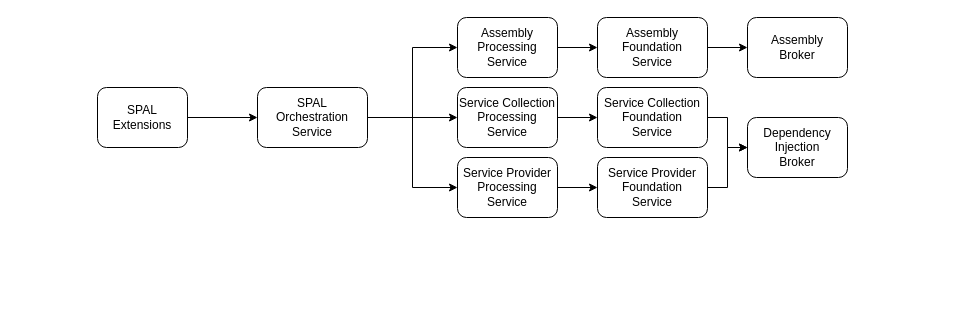
Before: page "STX.SPAL.Core" (2 of 3) of STX.SPAL.Core/Resources/Diagrams/diagram.drawio in The-Standard-Organization/STX.SPAL.Core, a draw.io diagram. Source tidied: cells renumbered, new cells numbered last; positions are measured from the earlier drawing's top-left corner, leaving out a move shared by most shapes. Both pictures are drawn from the tidied source at 100%, with x=0, y=0 at pixel (97, 17).
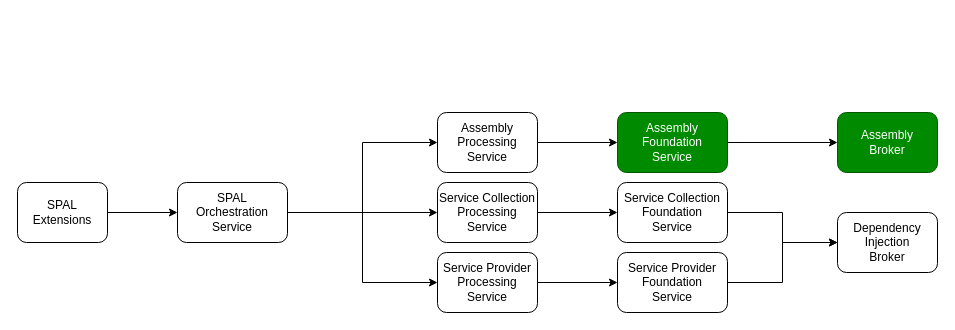
Above is the later version.

The edit, as a diff of the source:
```diff
@@
-    <mxCell id="2" value="Assembly&lt;br&gt;Broker" style="rounded=1;whiteSpace=wrap;html=1;" parent="1" vertex="1">
-      <mxGeometry x="650" width="100" height="60" as="geometry" />
+    <mxCell id="2" value="Assembly&lt;br&gt;Broker" style="rounded=1;whiteSpace=wrap;html=1;fillColor=#008a00;fontColor=#ffffff;strokeColor=#005700;" parent="1" vertex="1">
+      <mxGeometry x="740" y="95" width="100" height="60" as="geometry" />
     </mxCell>
@@
-    <mxCell id="4" value="Assembly&lt;br&gt;Foundation&lt;br&gt;Service" style="rounded=1;whiteSpace=wrap;html=1;" parent="1" vertex="1">
-      <mxGeometry x="500" width="110" height="60" as="geometry" />
+    <mxCell id="4" value="Assembly&lt;br&gt;Foundation&lt;br&gt;Service" style="rounded=1;whiteSpace=wrap;html=1;fillColor=#008a00;fontColor=#ffffff;strokeColor=#005700;" parent="1" vertex="1">
+      <mxGeometry x="520" y="95" width="110" height="60" as="geometry" />
     </mxCell>
@@
     <mxCell id="6" value="Assembly&lt;br&gt;Processing&lt;br&gt;Service" style="rounded=1;whiteSpace=wrap;html=1;" parent="1" vertex="1">
-      <mxGeometry x="360" width="100" height="60" as="geometry" />
+      <mxGeometry x="340" y="95" width="100" height="60" as="geometry" />
     </mxCell>
@@
     <mxCell id="8" value="SPAL&lt;br&gt;Extensions" style="rounded=1;whiteSpace=wrap;html=1;" parent="1" vertex="1">
-      <mxGeometry y="70" width="90" height="60" as="geometry" />
+      <mxGeometry x="-80" y="165" width="90" height="60" as="geometry" />
     </mxCell>
@@
     <mxCell id="12" value="SPAL&lt;br&gt;Orchestration&lt;br&gt;Service" style="rounded=1;whiteSpace=wrap;html=1;" parent="1" vertex="1">
-      <mxGeometry x="160" y="70" width="110" height="60" as="geometry" />
+      <mxGeometry x="80" y="165" width="110" height="60" as="geometry" />
     </mxCell>
@@
     <mxCell id="14" value="Service Provider&lt;br&gt;Foundation&lt;br&gt;Service" style="rounded=1;whiteSpace=wrap;html=1;" parent="1" vertex="1">
-      <mxGeometry x="500" y="140" width="110" height="60" as="geometry" />
+      <mxGeometry x="520" y="235" width="110" height="60" as="geometry" />
     </mxCell>
@@
     <mxCell id="16" value="Service Provider&lt;br&gt;Processing&lt;br&gt;Service" style="rounded=1;whiteSpace=wrap;html=1;" parent="1" vertex="1">
-      <mxGeometry x="360" y="140" width="100" height="60" as="geometry" />
+      <mxGeometry x="340" y="235" width="100" height="60" as="geometry" />
     </mxCell>
@@
     <mxCell id="18" value="Service Collection&lt;br&gt;Foundation&lt;br&gt;Service" style="rounded=1;whiteSpace=wrap;html=1;" parent="1" vertex="1">
-      <mxGeometry x="500" y="70" width="110" height="60" as="geometry" />
+      <mxGeometry x="520" y="165" width="110" height="60" as="geometry" />
     </mxCell>
@@
     <mxCell id="20" value="Service Collection&lt;br&gt;Processing&lt;br&gt;Service" style="rounded=1;whiteSpace=wrap;html=1;" parent="1" vertex="1">
-      <mxGeometry x="360" y="70" width="100" height="60" as="geometry" />
+      <mxGeometry x="340" y="165" width="100" height="60" as="geometry" />
     </mxCell>
     <mxCell id="21" value="Dependency&lt;br&gt;Injection&lt;br&gt;Broker" style="rounded=1;whiteSpace=wrap;html=1;" parent="1" vertex="1">
-      <mxGeometry x="650" y="100" width="100" height="60" as="geometry" />
+      <mxGeometry x="740" y="195" width="100" height="60" as="geometry" />
     </mxCell>
```
